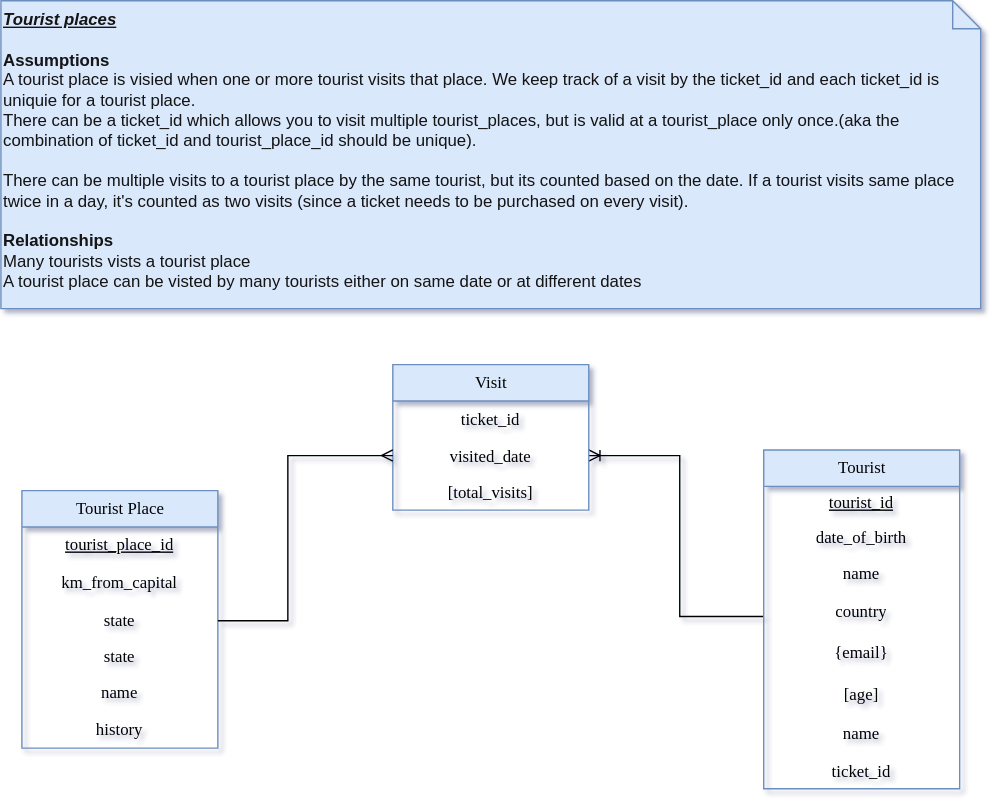
Above: Tourism.drawio.svg in supriya-kotturu/entity-relationship-diagrams (draw.io), before the change. Source tidied: cells renumbered, new cells last; positions are measured from the earlier drawing's top-left corner, leaving out a move shared by most shapes. Its diagram source:
```xml
<mxGraphModel background="#ffffff" shadow="1">
  <root>
    <mxCell id="0" />
    <mxCell id="1" parent="0" />
    <mxCell id="2" value="&lt;font color=&quot;#121212&quot;&gt;&lt;span style=&quot;forced-color-adjust: none; font-family: Helvetica; text-decoration-line: underline; font-weight: bold; font-style: italic;&quot;&gt;Tourist places&lt;/span&gt;&lt;span style=&quot;forced-color-adjust: none; font-family: Helvetica;&quot;&gt;&lt;br style=&quot;forced-color-adjust: none;&quot;&gt;&lt;/span&gt;&lt;span style=&quot;forced-color-adjust: none; font-family: Helvetica;&quot;&gt;&lt;br style=&quot;forced-color-adjust: none;&quot;&gt;&lt;/span&gt;&lt;span style=&quot;forced-color-adjust: none; font-family: Helvetica; font-weight: bold;&quot;&gt;Assumptions&lt;/span&gt;&lt;span style=&quot;forced-color-adjust: none; font-family: Helvetica;&quot;&gt;&lt;br style=&quot;forced-color-adjust: none;&quot;&gt;&lt;/span&gt;&lt;span style=&quot;forced-color-adjust: none; font-family: Helvetica;&quot;&gt;A tourist place is visied when one or more tourist visits that place. We keep track of a visit by the ticket_id and each ticket_id is uniquie for a tourist place. &lt;br style=&quot;forced-color-adjust: none;&quot;&gt;&lt;/span&gt;&lt;span style=&quot;forced-color-adjust: none; font-family: Helvetica;&quot;&gt;There can be a ticket_id which allows you to visit multiple tourist_places, but is valid at a tourist_place only once.(aka the combination of ticket_id and tourist_place_id should be unique).&lt;br style=&quot;forced-color-adjust: none;&quot;&gt;&lt;/span&gt;&lt;span style=&quot;forced-color-adjust: none; font-family: Helvetica;&quot;&gt;&lt;br style=&quot;forced-color-adjust: none;&quot;&gt;&lt;/span&gt;&lt;span style=&quot;forced-color-adjust: none; font-family: Helvetica;&quot;&gt;There can be multiple visits to a tourist place by the same tourist, but its counted based on the date. If a tourist visits same place twice in a day, it's counted as two visits (since a ticket needs to be purchased on every visit).&lt;br style=&quot;forced-color-adjust: none;&quot;&gt;&lt;/span&gt;&lt;span style=&quot;forced-color-adjust: none; font-family: Helvetica;&quot;&gt;&lt;br style=&quot;forced-color-adjust: none;&quot;&gt;&lt;/span&gt;&lt;span style=&quot;forced-color-adjust: none; font-family: Helvetica; font-weight: bold;&quot;&gt;Relationships&lt;br style=&quot;forced-color-adjust: none;&quot;&gt;&lt;/span&gt;&lt;span style=&quot;forced-color-adjust: none; font-family: Helvetica;&quot;&gt;Many tourists vists a tourist place&lt;br style=&quot;forced-color-adjust: none;&quot;&gt;&lt;/span&gt;&lt;span style=&quot;forced-color-adjust: none; font-family: Helvetica;&quot;&gt;A tourist place can be visted by many tourists either on same date or at different dates&lt;/span&gt;&lt;/font&gt;" style="shape=note;size=20;whiteSpace=wrap;html=1;labelBackgroundColor=none;align=left;verticalAlign=top;fillColor=#dae8fc;strokeColor=#6c8ebf;fontFamily=Verdana;" parent="1" vertex="1">
      <mxGeometry width="700" height="220" as="geometry" />
    </mxCell>
    <mxCell id="3" value="Tourist Place" style="swimlane;fontStyle=0;horizontal=1;startSize=26;fillColor=#dae8fc;html=1;labelBackgroundColor=none;fontFamily=Verdana;strokeColor=#6c8ebf;fontColor=#000000;" parent="1" vertex="1">
      <mxGeometry x="15" y="350" width="140" height="184" as="geometry" />
    </mxCell>
    <mxCell id="4" value="&lt;u&gt;tourist_place_id&lt;/u&gt;" style="text;strokeColor=none;fillColor=none;align=center;verticalAlign=middle;spacingLeft=4;spacingRight=4;overflow=hidden;whiteSpace=wrap;html=1;labelBackgroundColor=none;fontFamily=Verdana;fontColor=#000000;" parent="3" vertex="1">
      <mxGeometry y="26" width="140" height="26" as="geometry" />
    </mxCell>
    <mxCell id="5" value="&lt;font&gt;km_from_capital&lt;/font&gt;" style="text;strokeColor=none;fillColor=none;align=center;verticalAlign=middle;spacingLeft=4;spacingRight=4;overflow=hidden;whiteSpace=wrap;html=1;labelBackgroundColor=none;fontFamily=Verdana;fontColor=#000000;" parent="3" vertex="1">
      <mxGeometry y="52" width="140" height="28" as="geometry" />
    </mxCell>
    <mxCell id="6" value="state" style="text;strokeColor=none;fillColor=none;align=center;verticalAlign=middle;spacingLeft=4;spacingRight=4;overflow=hidden;points=[[0,0.5],[1,0.5]];portConstraint=eastwest;whiteSpace=wrap;html=1;labelBackgroundColor=none;fontFamily=Verdana;fontColor=#000000;" parent="3" vertex="1">
      <mxGeometry y="80" width="140" height="26" as="geometry" />
    </mxCell>
    <mxCell id="7" value="state" style="text;strokeColor=none;fillColor=none;align=center;verticalAlign=middle;spacingLeft=4;spacingRight=4;overflow=hidden;whiteSpace=wrap;html=1;labelBackgroundColor=none;fontFamily=Verdana;fontColor=#000000;" parent="3" vertex="1">
      <mxGeometry y="106" width="140" height="26" as="geometry" />
    </mxCell>
    <mxCell id="8" value="name" style="text;strokeColor=none;fillColor=none;align=center;verticalAlign=middle;spacingLeft=4;spacingRight=4;overflow=hidden;whiteSpace=wrap;html=1;labelBackgroundColor=none;fontFamily=Verdana;fontColor=#000000;" parent="3" vertex="1">
      <mxGeometry y="132" width="140" height="26" as="geometry" />
    </mxCell>
    <mxCell id="9" value="history" style="text;strokeColor=none;fillColor=none;align=center;verticalAlign=middle;spacingLeft=4;spacingRight=4;overflow=hidden;whiteSpace=wrap;html=1;labelBackgroundColor=none;fontFamily=Verdana;fontColor=#000000;" parent="3" vertex="1">
      <mxGeometry y="158" width="140" height="26" as="geometry" />
    </mxCell>
    <mxCell id="10" style="edgeStyle=orthogonalEdgeStyle;rounded=0;jettySize=auto;html=1;entryX=1;entryY=0.5;entryDx=0;entryDy=0;endArrow=ERoneToMany;endFill=0;" parent="1" edge="1" source="11" target="22">
      <mxGeometry relative="1" as="geometry">
        <Array as="points">
          <mxPoint x="485" y="440" />
          <mxPoint x="485" y="325" />
        </Array>
      </mxGeometry>
    </mxCell>
    <mxCell id="11" value="Tourist" style="swimlane;fontStyle=0;horizontal=1;startSize=26;fillColor=#dae8fc;html=1;labelBackgroundColor=none;fontFamily=Verdana;strokeColor=#6c8ebf;fontColor=#000000;align=center;verticalAlign=middle;" parent="1" vertex="1">
      <mxGeometry x="545" y="321" width="140" height="242" as="geometry" />
    </mxCell>
    <mxCell id="12" value="&lt;u&gt;tourist_id&lt;/u&gt;" style="text;strokeColor=none;fillColor=none;align=center;verticalAlign=middle;spacingLeft=4;spacingRight=4;overflow=hidden;whiteSpace=wrap;html=1;labelBackgroundColor=none;fontFamily=Verdana;fontColor=#000000;" parent="11" vertex="1">
      <mxGeometry y="26" width="140" height="24" as="geometry" />
    </mxCell>
    <mxCell id="13" value="date_of_birth" style="text;strokeColor=none;fillColor=none;align=center;verticalAlign=middle;spacingLeft=4;spacingRight=4;overflow=hidden;whiteSpace=wrap;html=1;labelBackgroundColor=none;fontFamily=Verdana;fontColor=#000000;" parent="11" vertex="1">
      <mxGeometry y="50" width="140" height="26" as="geometry" />
    </mxCell>
    <mxCell id="14" value="name" style="text;strokeColor=none;fillColor=none;align=center;verticalAlign=middle;spacingLeft=4;spacingRight=4;overflow=hidden;whiteSpace=wrap;html=1;labelBackgroundColor=none;fontFamily=Verdana;fontColor=#000000;" parent="11" vertex="1">
      <mxGeometry y="76" width="140" height="26" as="geometry" />
    </mxCell>
    <mxCell id="15" value="country" style="text;strokeColor=none;fillColor=none;align=center;verticalAlign=middle;spacingLeft=4;spacingRight=4;overflow=hidden;whiteSpace=wrap;html=1;labelBackgroundColor=none;fontFamily=Verdana;fontColor=#000000;" parent="11" vertex="1">
      <mxGeometry y="102" width="140" height="28" as="geometry" />
    </mxCell>
    <mxCell id="16" value="{email}" style="text;strokeColor=none;fillColor=none;align=center;verticalAlign=middle;spacingLeft=4;spacingRight=4;overflow=hidden;whiteSpace=wrap;html=1;labelBackgroundColor=none;fontFamily=Verdana;fontColor=#000000;" parent="11" vertex="1">
      <mxGeometry y="130" width="140" height="30" as="geometry" />
    </mxCell>
    <mxCell id="17" value="[age]" style="text;strokeColor=none;fillColor=none;align=center;verticalAlign=middle;spacingLeft=4;spacingRight=4;overflow=hidden;whiteSpace=wrap;html=1;labelBackgroundColor=none;fontFamily=Verdana;fontColor=#000000;" parent="11" vertex="1">
      <mxGeometry y="160" width="140" height="30" as="geometry" />
    </mxCell>
    <mxCell id="18" value="name" style="text;strokeColor=none;fillColor=none;align=center;verticalAlign=middle;spacingLeft=4;spacingRight=4;overflow=hidden;whiteSpace=wrap;html=1;labelBackgroundColor=none;fontFamily=Verdana;fontColor=#000000;" parent="11" vertex="1">
      <mxGeometry y="190" width="140" height="26" as="geometry" />
    </mxCell>
    <mxCell id="19" value="ticket_id" style="text;strokeColor=none;fillColor=none;align=center;verticalAlign=top;spacingLeft=4;spacingRight=4;overflow=hidden;whiteSpace=wrap;html=1;labelBackgroundColor=none;fontFamily=Verdana;fontColor=#000000;" parent="11" vertex="1">
      <mxGeometry y="216" width="140" height="26" as="geometry" />
    </mxCell>
    <mxCell id="20" value="Visit" style="swimlane;fontStyle=0;horizontal=1;startSize=26;fillColor=#dae8fc;html=1;labelBackgroundColor=none;fontFamily=Verdana;strokeColor=#6c8ebf;" parent="1" vertex="1">
      <mxGeometry x="280" y="260" width="140" height="104" as="geometry" />
    </mxCell>
    <mxCell id="21" value="ticket_id" style="text;strokeColor=none;fillColor=none;align=center;verticalAlign=top;spacingLeft=4;spacingRight=4;overflow=hidden;whiteSpace=wrap;html=1;labelBackgroundColor=none;fontFamily=Verdana;fontColor=#000000;" parent="20" vertex="1">
      <mxGeometry y="26" width="140" height="26" as="geometry" />
    </mxCell>
    <mxCell id="22" value="visited_date" style="text;strokeColor=none;fillColor=none;align=center;verticalAlign=top;spacingLeft=4;spacingRight=4;overflow=hidden;points=[[0,0.5],[1,0.5]];portConstraint=eastwest;whiteSpace=wrap;html=1;labelBackgroundColor=none;fontFamily=Verdana;fontColor=#000000;" parent="20" vertex="1">
      <mxGeometry y="52" width="140" height="26" as="geometry" />
    </mxCell>
    <mxCell id="23" value="[total_visits]" style="text;strokeColor=none;fillColor=none;align=center;verticalAlign=top;spacingLeft=4;spacingRight=4;overflow=hidden;whiteSpace=wrap;html=1;labelBackgroundColor=none;fontFamily=Verdana;fontColor=#000000;" parent="20" vertex="1">
      <mxGeometry y="78" width="140" height="26" as="geometry" />
    </mxCell>
    <mxCell id="24" style="edgeStyle=orthogonalEdgeStyle;rounded=0;jettySize=auto;html=1;entryX=0;entryY=0.5;entryDx=0;entryDy=0;endArrow=ERmany;endFill=0;" parent="1" edge="1" source="6" target="22">
      <mxGeometry relative="1" as="geometry">
        <Array as="points">
          <mxPoint x="205" y="443" />
          <mxPoint x="205" y="325" />
        </Array>
      </mxGeometry>
    </mxCell>
  </root>
</mxGraphModel>
```
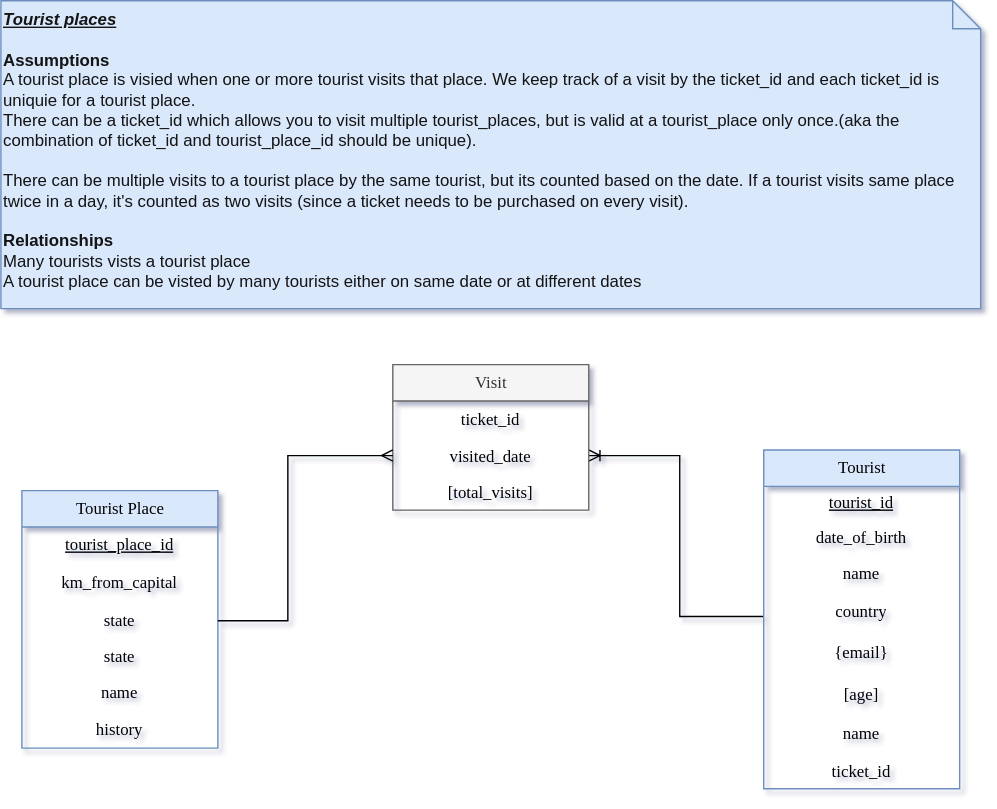
After the commit.

Diff of the diagram source:
```diff
@@ -61,7 +61,7 @@
     <mxCell id="19" value="ticket_id" style="text;strokeColor=none;fillColor=none;align=center;verticalAlign=top;spacingLeft=4;spacingRight=4;overflow=hidden;whiteSpace=wrap;html=1;labelBackgroundColor=none;fontFamily=Verdana;fontColor=#000000;" parent="11" vertex="1">
       <mxGeometry y="216" width="140" height="26" as="geometry" />
     </mxCell>
-    <mxCell id="20" value="Visit" style="swimlane;fontStyle=0;horizontal=1;startSize=26;fillColor=#dae8fc;html=1;labelBackgroundColor=none;fontFamily=Verdana;strokeColor=#6c8ebf;" parent="1" vertex="1">
+    <mxCell id="20" value="Visit" style="swimlane;fontStyle=0;horizontal=1;startSize=26;fillColor=#f5f5f5;html=1;labelBackgroundColor=none;fontFamily=Verdana;strokeColor=#666666;fontColor=#333333;" parent="1" vertex="1">
       <mxGeometry x="280" y="260" width="140" height="104" as="geometry" />
     </mxCell>
     <mxCell id="21" value="ticket_id" style="text;strokeColor=none;fillColor=none;align=center;verticalAlign=top;spacingLeft=4;spacingRight=4;overflow=hidden;whiteSpace=wrap;html=1;labelBackgroundColor=none;fontFamily=Verdana;fontColor=#000000;" parent="20" vertex="1">
```
